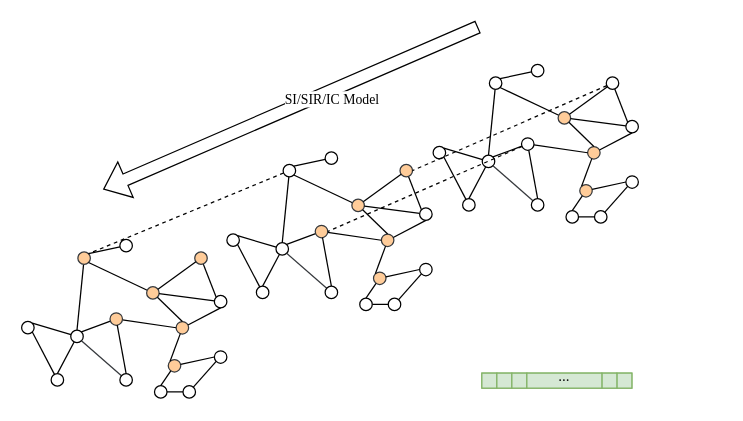
This is 生成标签.drawio from streakyPorker/drawio-diagrams, a draw.io file, before an edit. Source tidied: cells renumbered, new cells numbered last; positions are measured from the earlier drawing's top-left corner, leaving out a move shared by most shapes. Both pictures are drawn from the tidied source at 125%, with x=0, y=0 at pixel (21, 26).
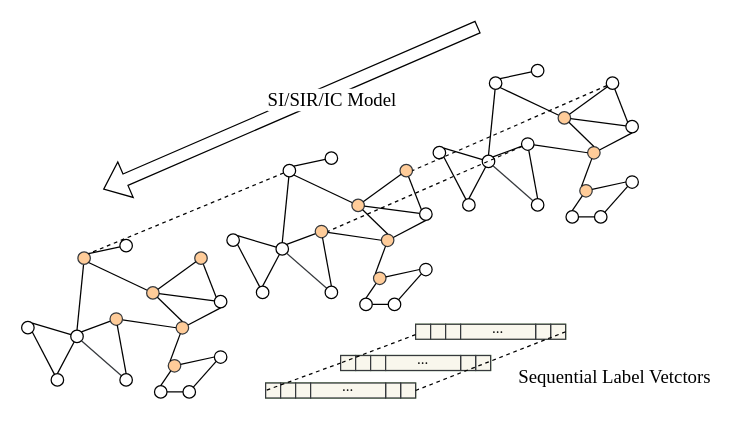
After the change.

Unchanged cells that the change refers to:
```xml
<mxCell id="110" style="shape=flexArrow;endArrow=classic;html=1;rounded=0;strokeWidth=1;endSize=6;startSize=6;" parent="1" edge="1">
  <mxGeometry relative="1" as="geometry">
    <mxPoint x="365" as="sourcePoint" />
    <mxPoint x="65" y="130" as="targetPoint" />
  </mxGeometry>
</mxCell>
```

What changed in the source:
```diff
@@
-    <mxCell id="111" value="&lt;font face=&quot;Times New Roman&quot;&gt;SI/SIR/IC Model&lt;/font&gt;" style="edgeLabel;html=1;align=center;verticalAlign=middle;" parent="110" vertex="1">
+    <mxCell id="111" value="&lt;font style=&quot;font-size: 15px;&quot; face=&quot;Times New Roman&quot;&gt;SI/SIR/IC Model&lt;/font&gt;" style="edgeLabel;html=1;align=center;verticalAlign=middle;" parent="110" vertex="1">
       <mxGeometry x="-0.2" y="6" relative="1" as="geometry" />
     </mxCell>
@@
+    <mxCell id="122" style="group;" parent="1" vertex="1">
+      <mxGeometry x="195" y="237.9" width="363.9" height="59" as="geometry" />
+    </mxCell>
+    <mxCell id="123" style="group;" parent="122" vertex="1">
+      <mxGeometry x="60" y="25" width="120" height="12" as="geometry" />
+    </mxCell>
-    <mxCell id="115" style="rounded=0;whiteSpace=wrap;html=1;fontFamily=Times New Roman;fillColor=#d5e8d4;strokeColor=#82b366;" parent="1" vertex="1">
-      <mxGeometry x="368" y="277" width="120" height="12" as="geometry" />
+    <mxCell id="115" style="rounded=0;whiteSpace=wrap;html=1;fontFamily=Times New Roman;fillColor=#d5e8d4;strokeColor=#82b366;" parent="123" vertex="1">
+      <mxGeometry width="120" height="12" as="geometry" />
     </mxCell>
-    <mxCell id="116" style="rounded=0;whiteSpace=wrap;html=1;fontFamily=Times New Roman;fillColor=#d5e8d4;strokeColor=#82b366;" parent="1" vertex="1">
-      <mxGeometry x="368" y="277" width="12" height="12" as="geometry" />
+    <mxCell id="116" style="rounded=0;whiteSpace=wrap;html=1;fontFamily=Times New Roman;fillColor=#f9f7ed;strokeColor=#36393d;" parent="123" vertex="1">
+      <mxGeometry width="12" height="12" as="geometry" />
     </mxCell>
-    <mxCell id="117" style="rounded=0;whiteSpace=wrap;html=1;fontFamily=Times New Roman;fillColor=#d5e8d4;strokeColor=#82b366;" parent="1" vertex="1">
-      <mxGeometry x="380" y="277" width="12" height="12" as="geometry" />
+    <mxCell id="117" style="rounded=0;whiteSpace=wrap;html=1;fontFamily=Times New Roman;fillColor=#f9f7ed;strokeColor=#36393d;" parent="123" vertex="1">
+      <mxGeometry x="12" width="12" height="12" as="geometry" />
     </mxCell>
-    <mxCell id="118" style="rounded=0;whiteSpace=wrap;html=1;fontFamily=Times New Roman;fillColor=#d5e8d4;strokeColor=#82b366;" parent="1" vertex="1">
-      <mxGeometry x="392" y="277" width="12" height="12" as="geometry" />
+    <mxCell id="118" style="rounded=0;whiteSpace=wrap;html=1;fontFamily=Times New Roman;fillColor=#f9f7ed;strokeColor=#36393d;" parent="123" vertex="1">
+      <mxGeometry x="24" width="12" height="12" as="geometry" />
     </mxCell>
-    <mxCell id="119" style="rounded=0;whiteSpace=wrap;html=1;fontFamily=Times New Roman;fillColor=#d5e8d4;strokeColor=#82b366;" parent="1" vertex="1">
-      <mxGeometry x="476" y="277" width="12" height="12" as="geometry" />
+    <mxCell id="119" style="rounded=0;whiteSpace=wrap;html=1;fontFamily=Times New Roman;fillColor=#f9f7ed;strokeColor=#36393d;" parent="123" vertex="1">
+      <mxGeometry x="108" width="12" height="12" as="geometry" />
     </mxCell>
-    <mxCell id="120" style="rounded=0;whiteSpace=wrap;html=1;fontFamily=Times New Roman;fillColor=#d5e8d4;strokeColor=#82b366;" parent="1" vertex="1">
-      <mxGeometry x="464" y="277" width="12" height="12" as="geometry" />
+    <mxCell id="120" style="rounded=0;whiteSpace=wrap;html=1;fontFamily=Times New Roman;fillColor=#f9f7ed;strokeColor=#36393d;" parent="123" vertex="1">
+      <mxGeometry x="96" width="12" height="12" as="geometry" />
     </mxCell>
-    <mxCell id="121" value="..." style="rounded=0;whiteSpace=wrap;html=1;fontFamily=Times New Roman;fillColor=#d5e8d4;strokeColor=#82b366;align=center;verticalAlign=bottom;" parent="1" vertex="1">
-      <mxGeometry x="404" y="277" width="60" height="12" as="geometry" />
+    <mxCell id="121" value="..." style="rounded=0;whiteSpace=wrap;html=1;fontFamily=Times New Roman;fillColor=#f9f7ed;strokeColor=#36393d;align=center;verticalAlign=bottom;" parent="123" vertex="1">
+      <mxGeometry x="36" width="60" height="12" as="geometry" />
     </mxCell>
+    <mxCell id="124" style="group;" parent="122" vertex="1">
+      <mxGeometry x="120" width="120" height="12" as="geometry" />
+    </mxCell>
+    <mxCell id="125" style="rounded=0;whiteSpace=wrap;html=1;fontFamily=Times New Roman;fillColor=#d5e8d4;strokeColor=#82b366;" parent="124" vertex="1">
+      <mxGeometry width="120" height="12" as="geometry" />
+    </mxCell>
+    <mxCell id="126" style="rounded=0;whiteSpace=wrap;html=1;fontFamily=Times New Roman;fillColor=#f9f7ed;strokeColor=#36393d;" parent="124" vertex="1">
+      <mxGeometry width="12" height="12" as="geometry" />
+    </mxCell>
+    <mxCell id="127" style="rounded=0;whiteSpace=wrap;html=1;fontFamily=Times New Roman;fillColor=#f9f7ed;strokeColor=#36393d;" parent="124" vertex="1">
+      <mxGeometry x="12" width="12" height="12" as="geometry" />
+    </mxCell>
+    <mxCell id="128" style="rounded=0;whiteSpace=wrap;html=1;fontFamily=Times New Roman;fillColor=#f9f7ed;strokeColor=#36393d;" parent="124" vertex="1">
+      <mxGeometry x="24" width="12" height="12" as="geometry" />
+    </mxCell>
+    <mxCell id="129" style="rounded=0;whiteSpace=wrap;html=1;fontFamily=Times New Roman;fillColor=#f9f7ed;strokeColor=#36393d;" parent="124" vertex="1">
+      <mxGeometry x="108" width="12" height="12" as="geometry" />
+    </mxCell>
+    <mxCell id="130" style="rounded=0;whiteSpace=wrap;html=1;fontFamily=Times New Roman;fillColor=#f9f7ed;strokeColor=#36393d;" parent="124" vertex="1">
+      <mxGeometry x="96" width="12" height="12" as="geometry" />
+    </mxCell>
+    <mxCell id="131" value="..." style="rounded=0;whiteSpace=wrap;html=1;fontFamily=Times New Roman;fillColor=#f9f7ed;strokeColor=#36393d;align=center;verticalAlign=bottom;" parent="124" vertex="1">
+      <mxGeometry x="36" width="60" height="12" as="geometry" />
+    </mxCell>
+    <mxCell id="132" style="group;" parent="122" vertex="1">
+      <mxGeometry y="47" width="120" height="12" as="geometry" />
+    </mxCell>
+    <mxCell id="133" style="rounded=0;whiteSpace=wrap;html=1;fontFamily=Times New Roman;fillColor=#d5e8d4;strokeColor=#82b366;" parent="132" vertex="1">
+      <mxGeometry width="120" height="12" as="geometry" />
+    </mxCell>
+    <mxCell id="134" style="rounded=0;whiteSpace=wrap;html=1;fontFamily=Times New Roman;fillColor=#f9f7ed;strokeColor=#36393d;" parent="132" vertex="1">
+      <mxGeometry width="12" height="12" as="geometry" />
+    </mxCell>
+    <mxCell id="135" style="rounded=0;whiteSpace=wrap;html=1;fontFamily=Times New Roman;fillColor=#f9f7ed;strokeColor=#36393d;" parent="132" vertex="1">
+      <mxGeometry x="12" width="12" height="12" as="geometry" />
+    </mxCell>
+    <mxCell id="136" style="rounded=0;whiteSpace=wrap;html=1;fontFamily=Times New Roman;fillColor=#f9f7ed;strokeColor=#36393d;" parent="132" vertex="1">
+      <mxGeometry x="24" width="12" height="12" as="geometry" />
+    </mxCell>
+    <mxCell id="137" style="rounded=0;whiteSpace=wrap;html=1;fontFamily=Times New Roman;fillColor=#f9f7ed;strokeColor=#36393d;" parent="132" vertex="1">
+      <mxGeometry x="108" width="12" height="12" as="geometry" />
+    </mxCell>
+    <mxCell id="138" style="rounded=0;whiteSpace=wrap;html=1;fontFamily=Times New Roman;fillColor=#f9f7ed;strokeColor=#36393d;" parent="132" vertex="1">
+      <mxGeometry x="96" width="12" height="12" as="geometry" />
+    </mxCell>
+    <mxCell id="139" value="..." style="rounded=0;whiteSpace=wrap;html=1;fontFamily=Times New Roman;fillColor=#f9f7ed;strokeColor=#36393d;align=center;verticalAlign=bottom;" parent="132" vertex="1">
+      <mxGeometry x="36" width="60" height="12" as="geometry" />
+    </mxCell>
+    <mxCell id="140" value="&lt;font style=&quot;font-size: 15px;&quot;&gt;Sequential Label Vetctors&lt;/font&gt;" style="text;html=1;align=center;verticalAlign=middle;strokeColor=none;fillColor=none;fontFamily=Times New Roman;" parent="122" vertex="1">
+      <mxGeometry x="193.9" y="31" width="170" height="20" as="geometry" />
+    </mxCell>
+    <mxCell id="141" style="edgeStyle=none;rounded=0;jettySize=auto;html=1;dashed=1;fontFamily=Times New Roman;fontSize=15;endArrow=none;endFill=0;startSize=6;endSize=6;strokeWidth=1;entryX=0;entryY=0.5;entryDx=0;entryDy=0;" parent="122" edge="1" source="126" target="116">
+      <mxGeometry relative="1" as="geometry" />
+    </mxCell>
+    <mxCell id="142" style="edgeStyle=none;rounded=0;jettySize=auto;html=1;entryX=0;entryY=0.5;entryDx=0;entryDy=0;dashed=1;fontFamily=Times New Roman;fontSize=15;endArrow=none;endFill=0;startSize=6;endSize=6;strokeWidth=1;exitX=0;exitY=0.5;exitDx=0;exitDy=0;" parent="122" edge="1" source="116" target="134">
+      <mxGeometry relative="1" as="geometry" />
+    </mxCell>
+    <mxCell id="143" style="edgeStyle=none;rounded=0;jettySize=auto;html=1;entryX=1;entryY=0.5;entryDx=0;entryDy=0;dashed=1;fontFamily=Times New Roman;fontSize=15;endArrow=none;endFill=0;startSize=6;endSize=6;strokeWidth=1;exitX=1;exitY=0.5;exitDx=0;exitDy=0;" parent="122" edge="1" source="129" target="137">
+      <mxGeometry relative="1" as="geometry" />
+    </mxCell>
```
